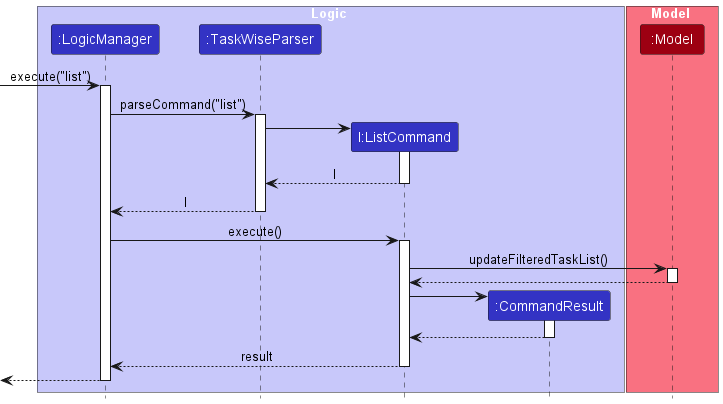
Before: docs/images/ListSequenceDiagram.png, a diagram exported from PlantUML (seantehds/tp).
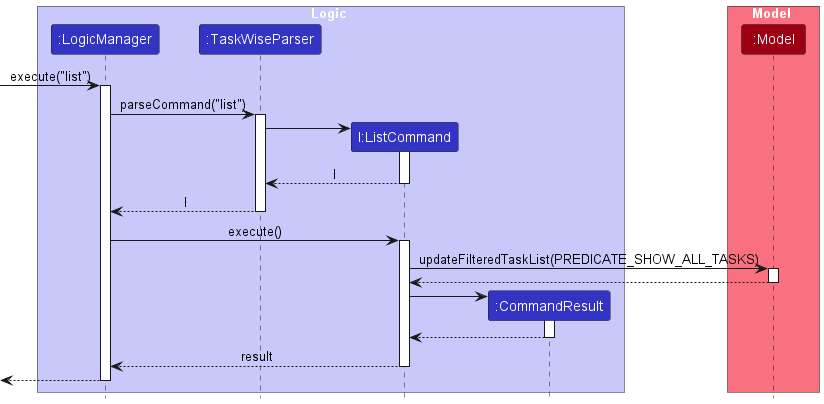
Above is the later version.

Change to the diagram source:
```diff
@@ -32,7 +32,7 @@
 LogicManager -> ListCommand : execute()
 activate ListCommand
 
-ListCommand -> Model : updateFilteredTaskList()
+ListCommand -> Model : updateFilteredTaskList(PREDICATE_SHOW_ALL_TASKS)
 activate Model
 
 Model --> ListCommand
```
